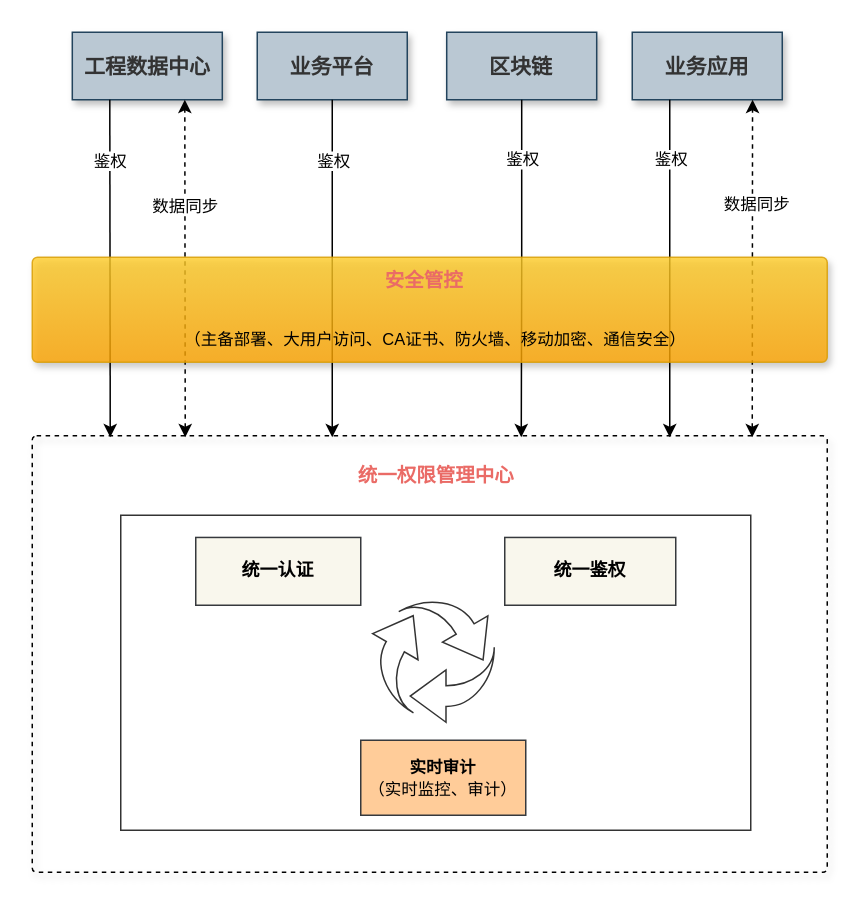
Above: page "第 1 页" (1 of 2) of 东庄信息化项目-统一权限管理-总设计图.drawio in sun-beijixing/drawio (draw.io), before the change. Source tidied: cells renumbered, new cells numbered last; positions are measured from the earlier drawing's top-left corner, leaving out a move shared by most shapes. Both pictures are drawn from the tidied source at 150%, with x=0, y=0 at pixel (32, 32).
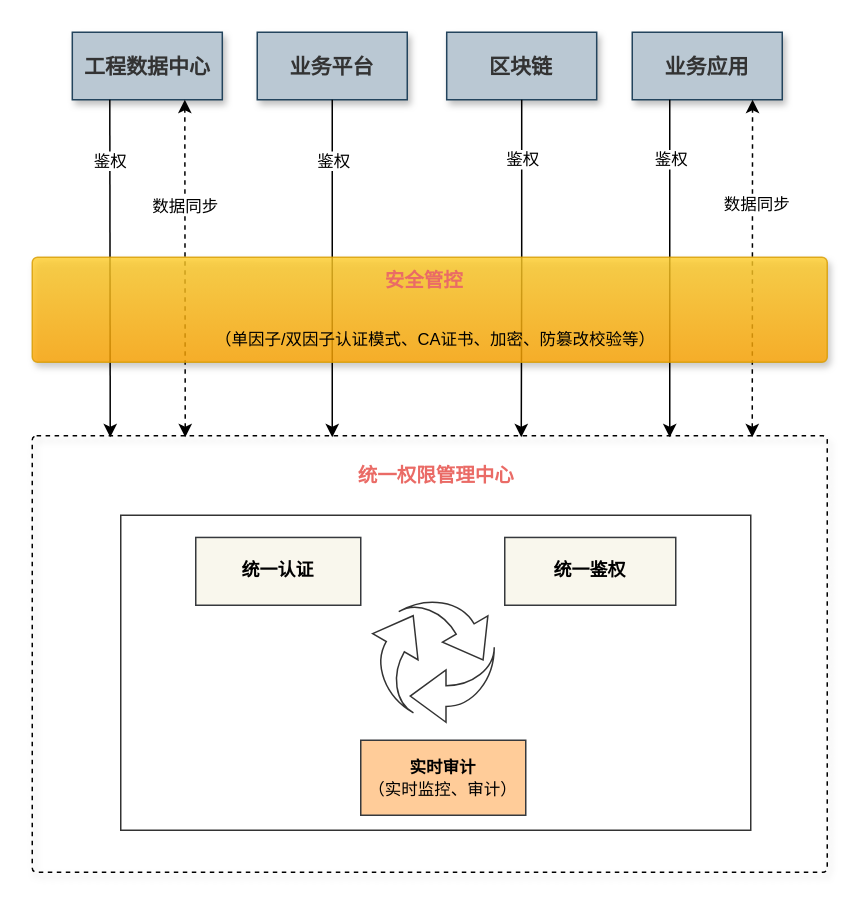
The same page after the edit.

Commit message:
更新东庄信息化项目-统一权限管理-总设计图.drawio

Diff of the diagram source:
```diff
@@
-    <mxCell id="27" value="（主备部署、大用户访问、CA证书、防火墙、移动加密、通信安全）" style="text;html=1;strokeColor=none;fillColor=none;align=center;verticalAlign=middle;whiteSpace=wrap;rounded=0;shadow=1;fontSize=11;" parent="1" vertex="1">
+    <mxCell id="27" value="（单因子/双因子认证模式、CA证书、加密、防篡改校验等）" style="text;html=1;strokeColor=none;fillColor=none;align=center;verticalAlign=middle;whiteSpace=wrap;rounded=0;shadow=1;fontSize=11;" parent="1" vertex="1">
       <mxGeometry x="79" y="190" width="380" height="30" as="geometry" />
     </mxCell>
```
